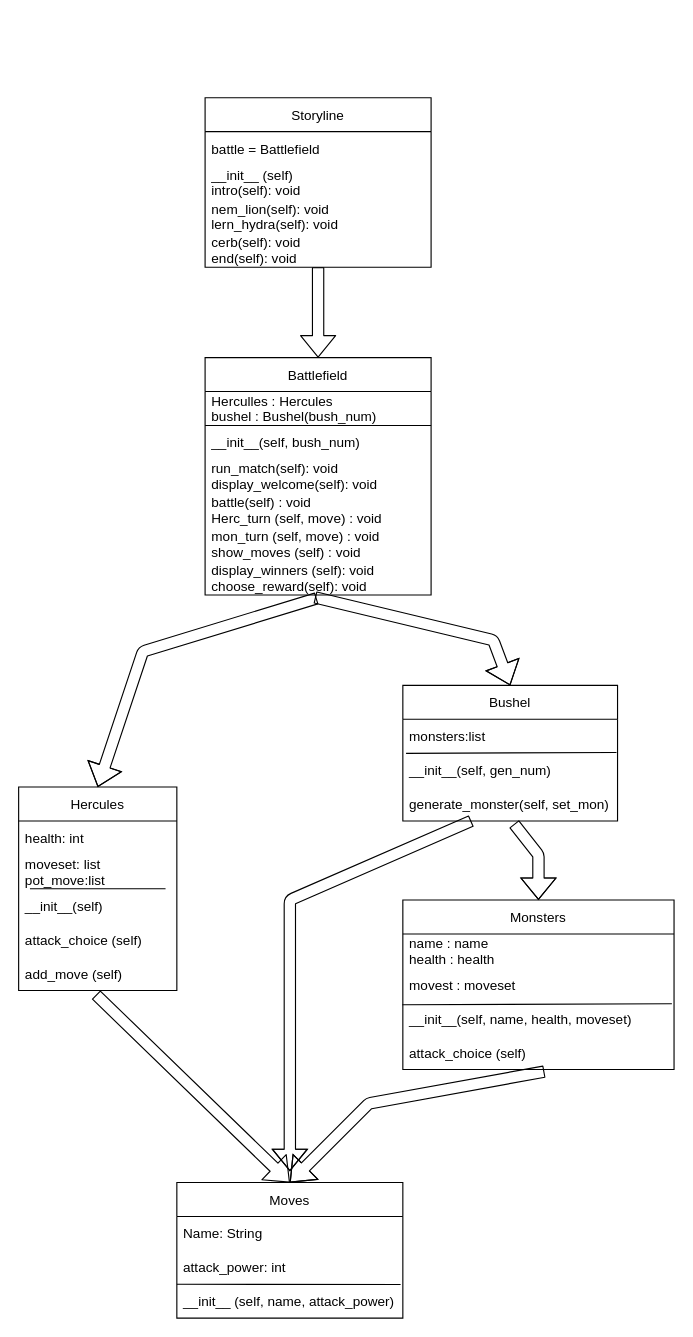
Before: uml.drawio in wmalott23/BonusPythonRPG, a draw.io diagram. Source tidied: cells renumbered, new cells numbered last; positions are measured from the earlier drawing's top-left corner, leaving out a move shared by most shapes. Both pictures are drawn from the tidied source at 113%, with x=0, y=0 at pixel (18, 97).
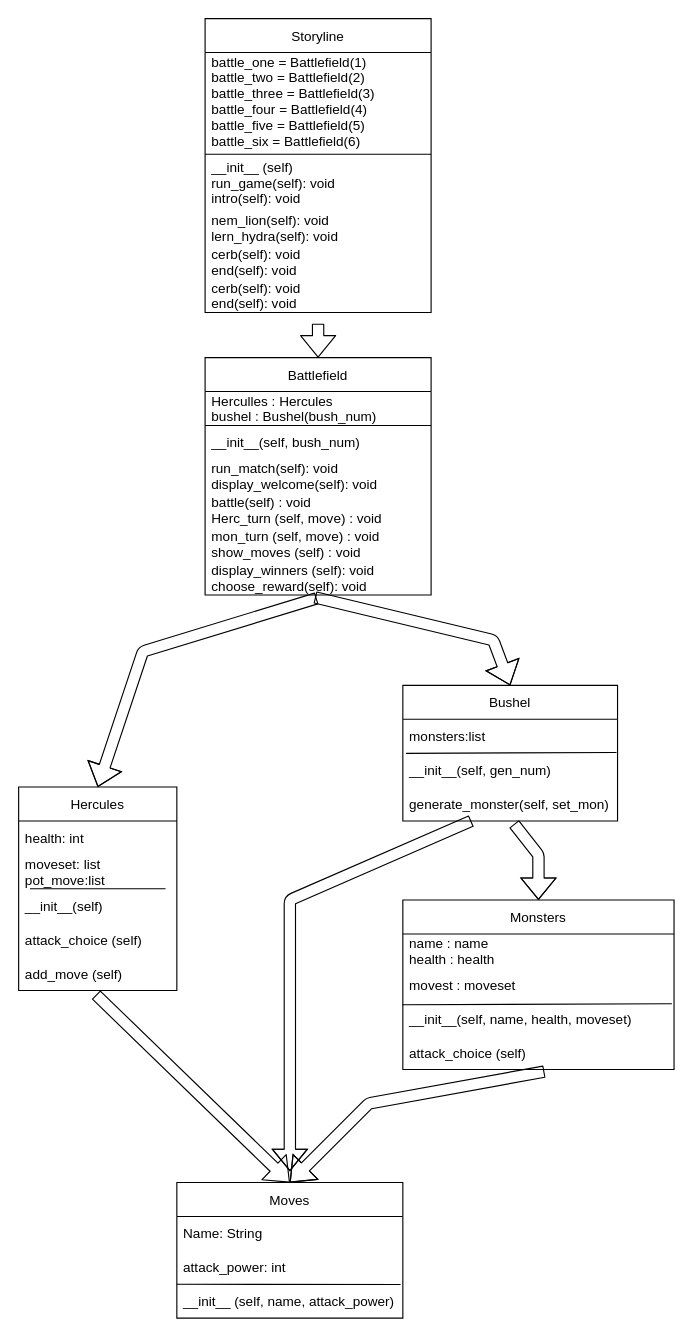
The same diagram, later.

Commit message (it also covers changes not shown here):
Found a bug where the monsters would arrive into battle dead

The change refers to these unchanged cells:
```xml
<mxCell id="20" value="Battlefield" style="swimlane;fontStyle=0;horizontal=1;startSize=30;strokeColor=default;" parent="1" vertex="1">
  <mxGeometry x="165" y="230" width="200" height="210" as="geometry" />
</mxCell>
```

Change to the diagram source:
```diff
@@
     <mxCell id="32" value="Storyline" style="swimlane;fontStyle=0;horizontal=1;startSize=30;" parent="1" vertex="1">
-      <mxGeometry x="165" width="200" height="150" as="geometry" />
+      <mxGeometry x="165" y="-70" width="200" height="260" as="geometry" />
     </mxCell>
-    <mxCell id="33" value="battle = Battlefield" style="text;strokeColor=none;fillColor=none;align=left;verticalAlign=middle;spacingLeft=4;spacingRight=4;overflow=hidden;" parent="32" vertex="1">
-      <mxGeometry y="30" width="200" height="30" as="geometry" />
+    <mxCell id="33" value="battle_one = Battlefield(1)&#10;battle_two = Battlefield(2)&#10;battle_three = Battlefield(3)&#10;battle_four = Battlefield(4)&#10;battle_five = Battlefield(5)&#10;battle_six = Battlefield(6)&#10;" style="text;strokeColor=none;fillColor=none;align=left;verticalAlign=middle;spacingLeft=4;spacingRight=4;overflow=hidden;" parent="32" vertex="1">
+      <mxGeometry y="30" width="200" height="90" as="geometry" />
     </mxCell>
+    <mxCell id="45" style="endArrow=none;html=1;" parent="32" edge="1">
+      <mxGeometry relative="1" as="geometry">
+        <mxPoint y="120" as="sourcePoint" />
+        <mxPoint x="200" y="120" as="targetPoint" />
+      </mxGeometry>
+    </mxCell>
-    <mxCell id="34" value="__init__ (self)&#10;intro(self): void" style="text;strokeColor=none;fillColor=none;align=left;verticalAlign=middle;spacingLeft=4;spacingRight=4;overflow=hidden;" parent="32" vertex="1">
-      <mxGeometry y="60" width="200" height="30" as="geometry" />
+    <mxCell id="34" value="__init__ (self)&#10;run_game(self): void&#10;intro(self): void" style="text;strokeColor=none;fillColor=none;align=left;verticalAlign=middle;spacingLeft=4;spacingRight=4;overflow=hidden;" parent="32" vertex="1">
+      <mxGeometry y="120" width="200" height="50" as="geometry" />
     </mxCell>
     <mxCell id="35" value="nem_lion(self): void&#10;lern_hydra(self): void" style="text;strokeColor=none;fillColor=none;align=left;verticalAlign=middle;spacingLeft=4;spacingRight=4;overflow=hidden;" parent="32" vertex="1">
-      <mxGeometry y="90" width="200" height="30" as="geometry" />
+      <mxGeometry y="170" width="200" height="30" as="geometry" />
     </mxCell>
     <mxCell id="36" value="cerb(self): void&#10;end(self): void" style="text;strokeColor=none;fillColor=none;align=left;verticalAlign=middle;spacingLeft=4;spacingRight=4;overflow=hidden;points=[[0,0.5],[1,0.5]];portConstraint=eastwest;" parent="32" vertex="1">
-      <mxGeometry y="120" width="200" height="30" as="geometry" />
+      <mxGeometry y="200" width="200" height="30" as="geometry" />
     </mxCell>
+    <mxCell id="46" value="cerb(self): void&#10;end(self): void" style="text;strokeColor=none;fillColor=none;align=left;verticalAlign=middle;spacingLeft=4;spacingRight=4;overflow=hidden;" parent="32" vertex="1">
+      <mxGeometry y="230" width="200" height="30" as="geometry" />
+    </mxCell>
-    <mxCell id="37" style="shape=flexArrow;endArrow=classic;html=1;entryX=0.5;entryY=0;entryDx=0;entryDy=0;" parent="1" edge="1" source="36" target="20">
-      <mxGeometry relative="1" as="geometry" />
+    <mxCell id="37" style="shape=flexArrow;endArrow=classic;html=1;entryX=0.5;entryY=0;entryDx=0;entryDy=0;" parent="1" edge="1" target="20">
+      <mxGeometry relative="1" as="geometry">
+        <mxPoint x="265" y="200" as="sourcePoint" />
+      </mxGeometry>
     </mxCell>
```
